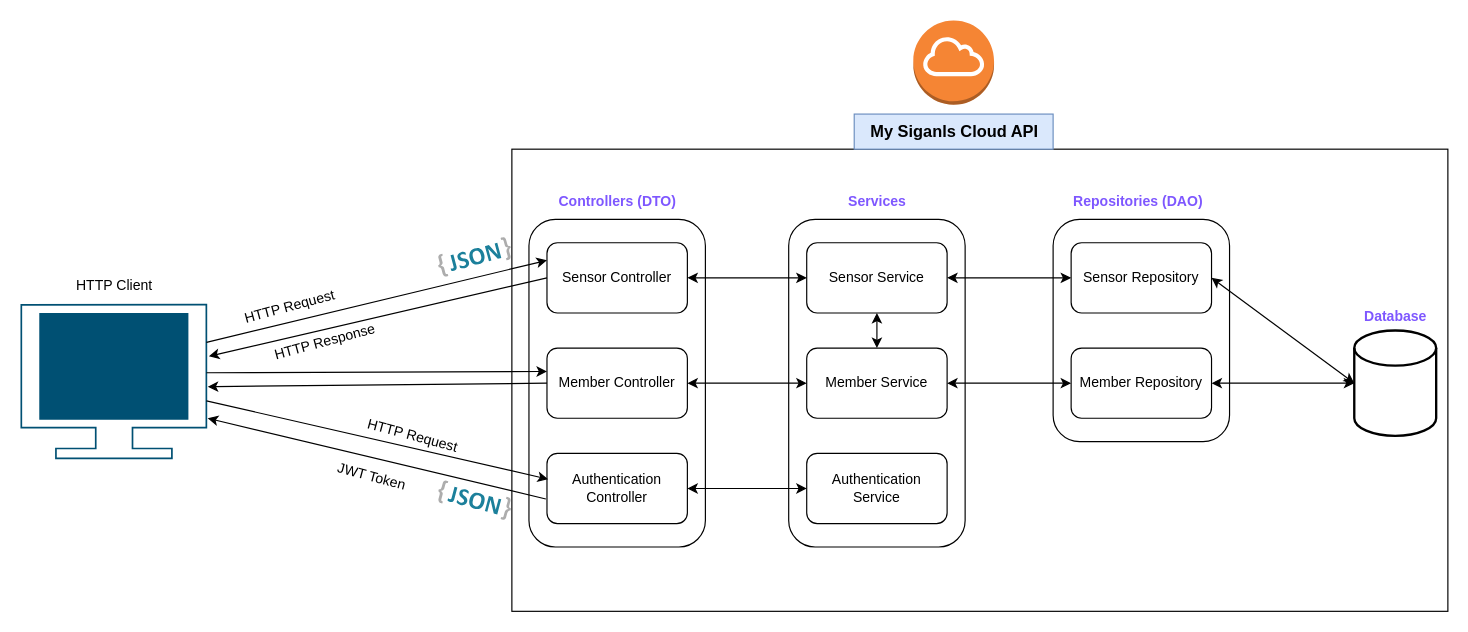
Before: images/architecture.drawio in kindy235/mysignals, a draw.io diagram. Source tidied: cells renumbered, new cells numbered last; positions are measured from the earlier drawing's top-left corner, leaving out a move shared by most shapes. Both pictures are drawn from the tidied source at 117%, with x=0, y=0 at pixel (20, 20).
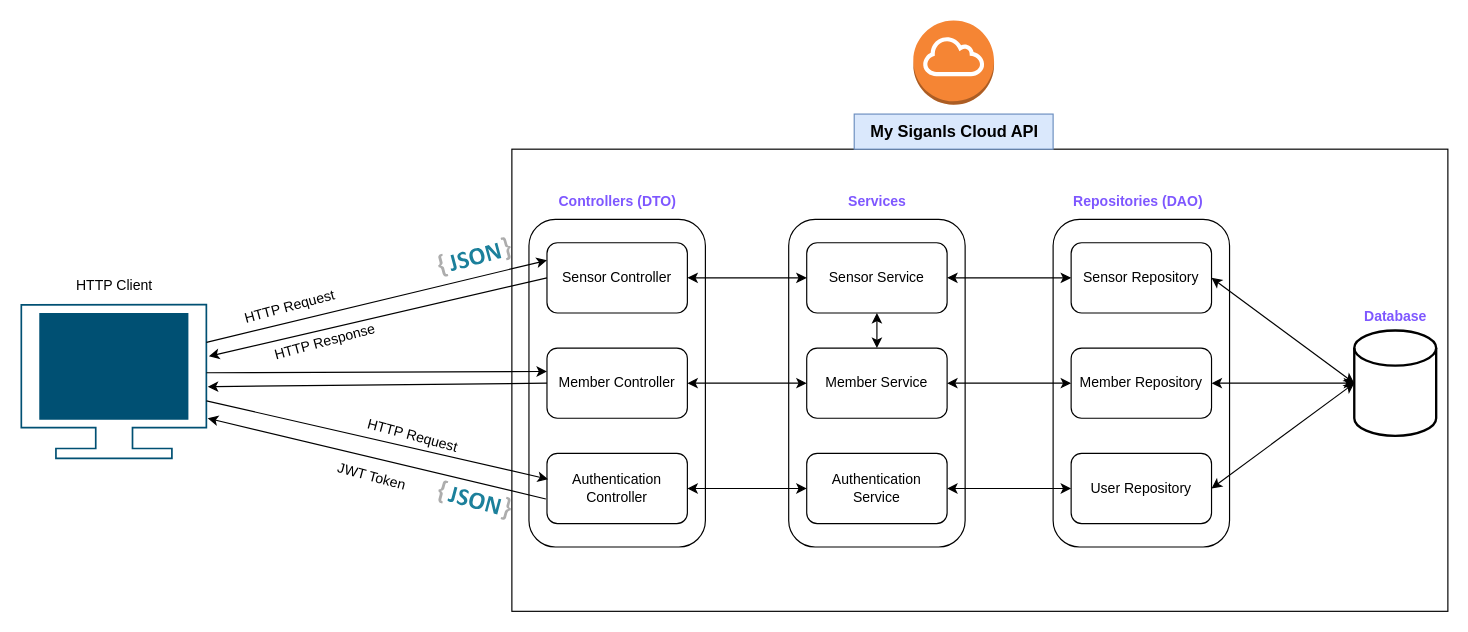
The same page after the edit.

Unchanged cells that the change refers to:
```xml
<mxCell id="9" value="Authentication Service" style="rounded=1;whiteSpace=wrap;html=1;" parent="1" vertex="1">
  <mxGeometry x="672" y="370" width="120" height="60" as="geometry" />
</mxCell>
<mxCell id="15" style="strokeWidth=2;html=1;shape=mxgraph.flowchart.database;whiteSpace=wrap;" parent="1" vertex="1">
  <mxGeometry x="1140" y="265" width="70" height="90" as="geometry" />
</mxCell>
```

Change to the diagram source:
```diff
@@
     <mxCell id="4" style="rounded=1;whiteSpace=wrap;html=1;" parent="1" vertex="1">
-      <mxGeometry x="882.6" y="170" width="150.8" height="190" as="geometry" />
+      <mxGeometry x="882.6" y="170" width="150.8" height="280" as="geometry" />
     </mxCell>
@@
+    <mxCell id="43" value="User Repository" style="rounded=1;whiteSpace=wrap;html=1;" parent="1" vertex="1">
+      <mxGeometry x="898" y="370" width="120" height="60" as="geometry" />
+    </mxCell>
+    <mxCell id="44" style="endArrow=classic;startArrow=classic;html=1;rounded=0;exitX=1;exitY=0.5;exitDx=0;exitDy=0;entryX=0;entryY=0.5;entryDx=0;entryDy=0;" parent="1" edge="1" source="9" target="43">
+      <mxGeometry relative="1" as="geometry" />
+    </mxCell>
+    <mxCell id="45" style="endArrow=classic;startArrow=classic;html=1;rounded=0;exitX=1;exitY=0.5;exitDx=0;exitDy=0;entryX=0;entryY=0.5;entryDx=0;entryDy=0;entryPerimeter=0;" parent="1" edge="1" source="43" target="15">
+      <mxGeometry relative="1" as="geometry" />
+    </mxCell>
```
